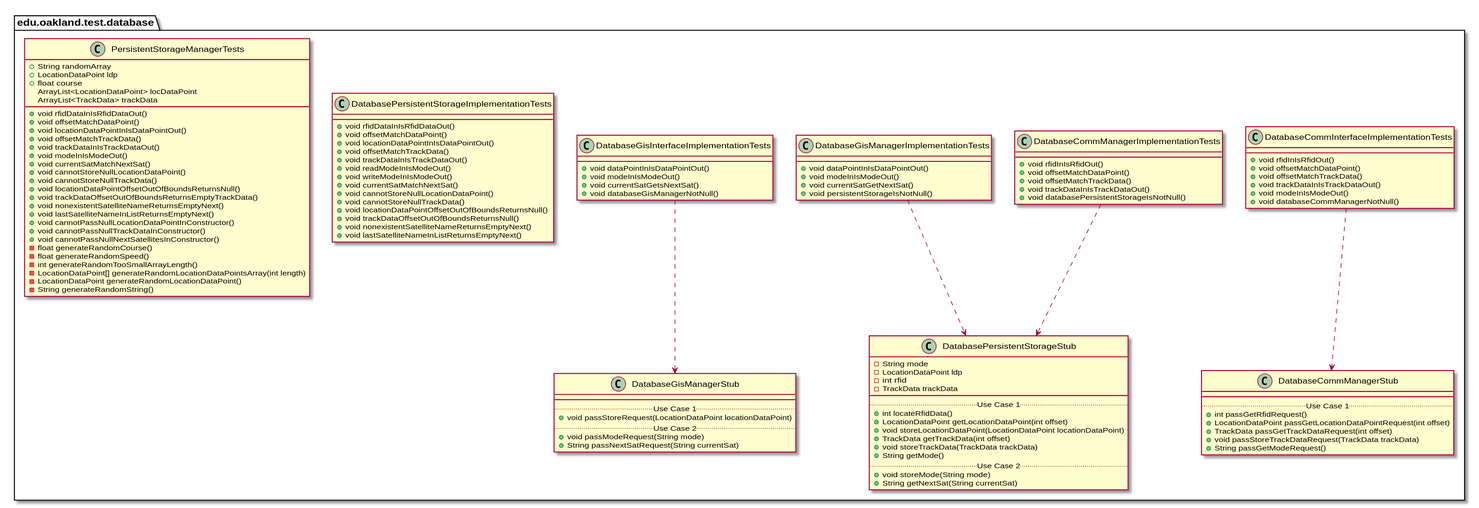
This is docs/uml-class-diagrams/database/test/DatabaseTestPackage_InternalDependencies.svg from andrewdimmer/csi-3370-software-project, a PlantUML export, as it was before one commit.
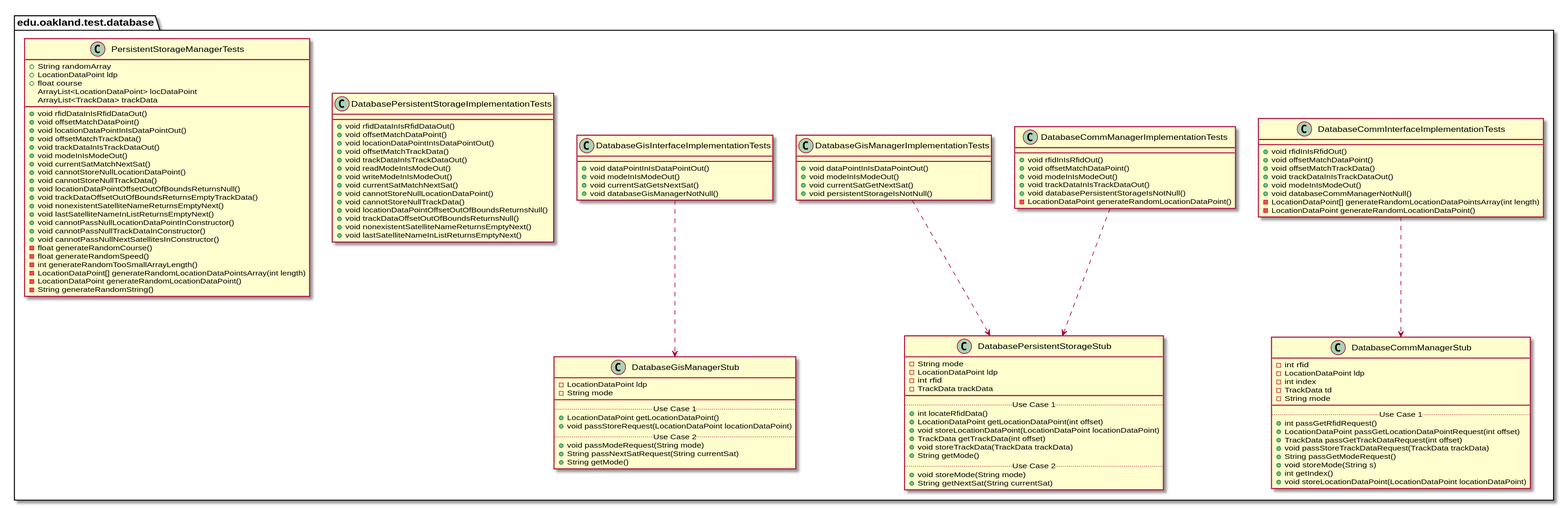
Above is the later version.

What changed in the source:
```diff
@@ -13,6 +13,8 @@
         + void trackDataInIsTrackDataOut()
         + void modeInIsModeOut()
         + void databaseCommManagerNotNull()
+        - LocationDataPoint[] generateRandomLocationDataPointsArray(int length)
+        - LocationDataPoint generateRandomLocationDataPoint()
     }
 }
 
@@ -20,6 +22,11 @@
 
 package edu.oakland.test.database {
     class DatabaseCommManagerStub {
+        - int rfid
+        - LocationDataPoint ldp
+        - int index
+        - TrackData td
+        - String mode
         __
         .. Use Case 1 ..
         + int passGetRfidRequest()
@@ -27,6 +34,9 @@
         + TrackData passGetTrackDataRequest(int offset)
         + void passStoreTrackDataRequest(TrackData trackData)
         + String passGetModeRequest()
+        + void storeMode(String s)
+        + int getIndex()
+        + void storeLocationDataPoint(LocationDataPoint locationDataPoint)
     }
 }
 
@@ -36,9 +46,10 @@
     class DatabaseCommManagerImplementationTests {
         + void rfidInIsRfidOut()
         + void offsetMatchDataPoint()
-        + void offsetMatchTrackData()
+        + void modeInIsModeOut()
         + void trackDataInIsTrackDataOut()
         + void databasePersistentStorageIsNotNull()
+        - LocationDataPoint generateRandomLocationDataPoint()
     }
 }
 
@@ -79,12 +90,16 @@
 
 package edu.oakland.test.database {
     class DatabaseGisManagerStub {
+        - LocationDataPoint ldp
+        - String mode
         __
         .. Use Case 1 ..
+        + LocationDataPoint getLocationDataPoint()
         + void passStoreRequest(LocationDataPoint locationDataPoint)
         .. Use Case 2 ..
         + void passModeRequest(String mode)
         + String passNextSatRequest(String currentSat)
+        + String getMode()
     }
 }
 
```
